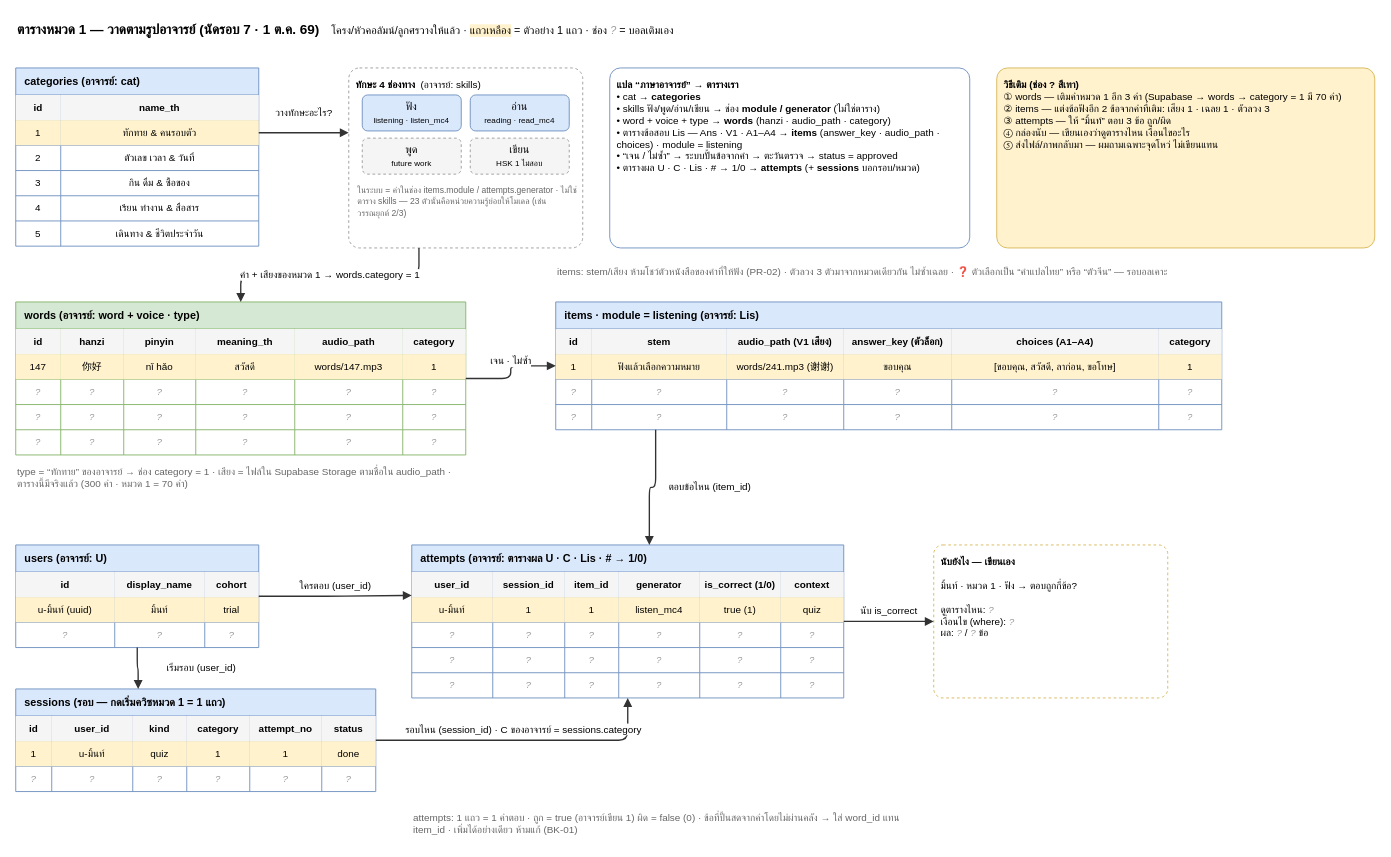
Earlier version of the draw.io diagram docs/08_สเปค-พัฒนา/ตารางหมวด1-วาดเอง.drawio (barbon441/Intelligent-Chinese-Tutoring-System-for-Thai-Learners). Source tidied: cells renumbered, new cells numbered last; positions are measured from the earlier drawing's top-left corner, leaving out a move shared by most shapes. Both pictures are drawn from the tidied source at 90%, with x=0, y=0 at pixel (15, 15).
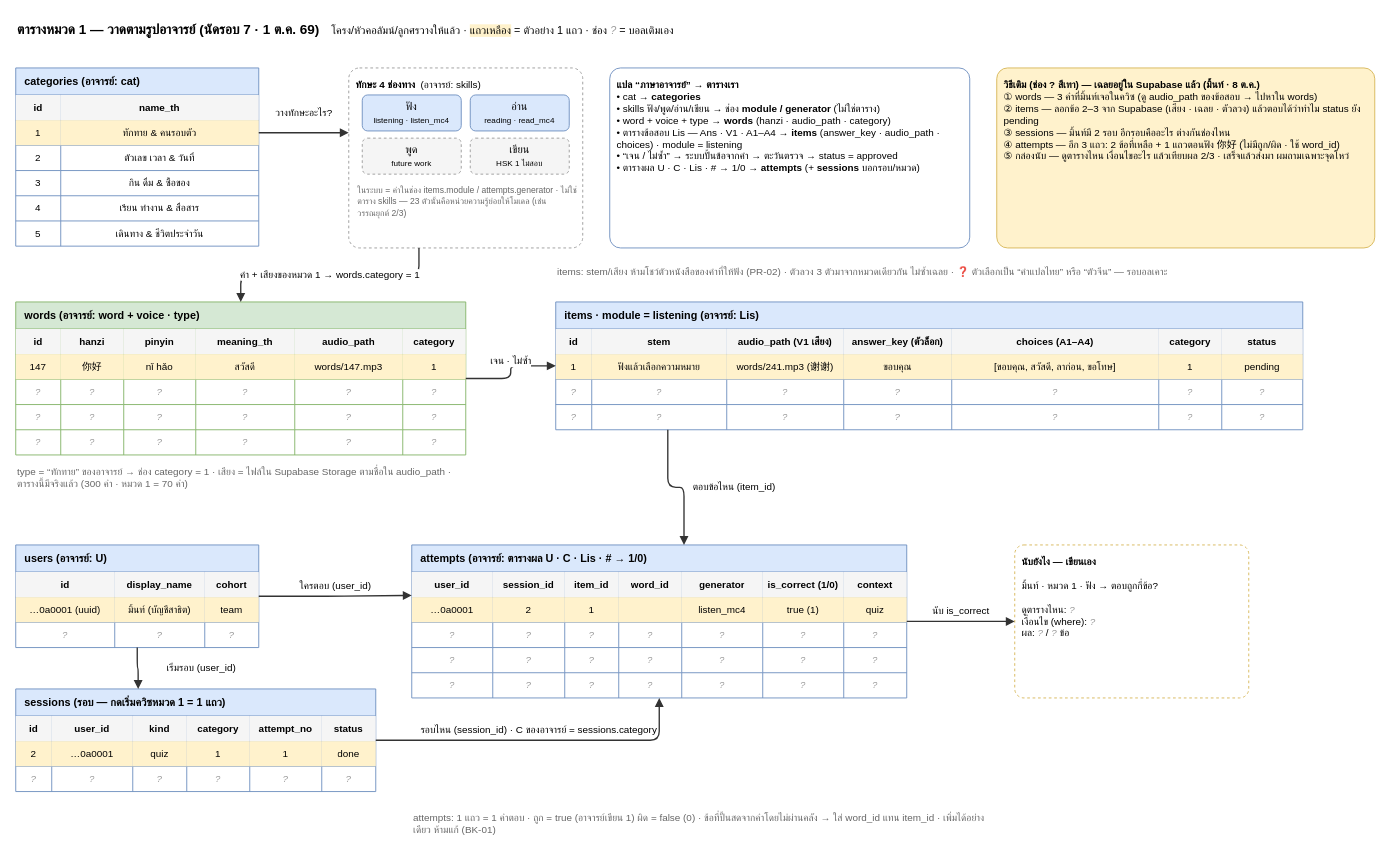
The same page after the edit.

Unchanged cells that the change refers to:
```xml
<mxCell id="102" style="shape=tableRow;horizontal=0;startSize=0;swimlaneHead=0;swimlaneBody=0;strokeColor=inherit;top=0;left=0;bottom=0;right=0;fillColor=none;" parent="97" vertex="1">
  <mxGeometry y="58" width="270" height="28" as="geometry" />
</mxCell>
<mxCell id="118" style="shape=tableRow;horizontal=0;startSize=0;swimlaneHead=0;swimlaneBody=0;strokeColor=inherit;top=0;left=0;bottom=0;right=0;fillColor=none;" parent="110" vertex="1">
  <mxGeometry y="58" width="400" height="28" as="geometry" />
</mxCell>
```

What changed in the source:
```diff
@@
-    <mxCell id="29" value="&lt;b&gt;วิธีเติม (ช่อง ? สีเทา)&lt;/b&gt;&lt;br&gt;① words — เติมคำหมวด 1 อีก 3 คำ (Supabase → words → category = 1 มี 70 คำ)&lt;br&gt;② items — แต่งข้อฟังอีก 2 ข้อจากคำที่เติม: เสียง 1 · เฉลย 1 · ตัวลวง 3&lt;br&gt;③ attempts — ให้ “มิ้นท์” ตอบ 3 ข้อ ถูก/ผิด&lt;br&gt;④ กล่องนับ — เขียนเองว่าดูตารางไหน เงื่อนไขอะไร&lt;br&gt;⑤ ส่งไฟล์/ภาพกลับมา — ผมถามเฉพาะจุดโหว่ ไม่เขียนแทน" style="rounded=1;arcSize=6;whiteSpace=wrap;html=1;align=left;verticalAlign=top;spacing=8;fontSize=11;fillColor=#fff2cc;strokeColor=#d6b656;" parent="1" vertex="1">
+    <mxCell id="29" value="&lt;b&gt;วิธีเติม (ช่อง ? สีเทา) — เฉลยอยู่ใน Supabase แล้ว (มิ้นท์ · 8 ต.ค.)&lt;/b&gt;&lt;br&gt;① words — 3 คำที่มิ้นท์เจอในควิซ (ดู audio_path ของข้อสอบ → ไปหาใน words)&lt;br&gt;② items — ลอกข้อ 2–3 จาก Supabase (เสียง · เฉลย · ตัวลวง) แล้วตอบได้ว่าทำไม status ยัง pending&lt;br&gt;③ sessions — มิ้นท์มี 2 รอบ อีกรอบคืออะไร ต่างกันช่องไหน&lt;br&gt;④ attempts — อีก 3 แถว: 2 ข้อที่เหลือ + 1 แถวตอนฟัง 你好 (ไม่มีถูก/ผิด · ใช้ word_id)&lt;br&gt;⑤ กล่องนับ — ดูตารางไหน เงื่อนไขอะไร แล้วเทียบผล 2/3 · เสร็จแล้วส่งมา ผมถามเฉพาะจุดโหว่" style="rounded=1;arcSize=6;whiteSpace=wrap;html=1;align=left;verticalAlign=top;spacing=8;fontSize=11;fillColor=#fff2cc;strokeColor=#d6b656;" parent="1" vertex="1">
       <mxGeometry x="1090" y="58" width="420" height="200" as="geometry" />
     </mxCell>
     <mxCell id="30" value="&lt;font color='#666666'&gt;items: stem/เสียง ห้ามโชว์ตัวหนังสือของคำที่ให้ฟัง (PR-02) · ตัวลวง 3 ตัวมาจากหมวดเดียวกัน ไม่ซ้ำเฉลย · ❓ ตัวเลือกเป็น “คำแปลไทย” หรือ “ตัวจีน” — รอบอลเคาะ&lt;/font&gt;" style="text;html=1;whiteSpace=wrap;align=left;verticalAlign=top;fontSize=11;strokeColor=none;fillColor=none;spacing=2;" parent="1" vertex="1">
-      <mxGeometry x="600" y="272" width="740" height="40" as="geometry" />
+      <mxGeometry x="600" y="272" width="830" height="40" as="geometry" />
     </mxCell>
@@
     <mxCell id="68" value="items · module = listening   (อาจารย์: Lis)" style="shape=table;startSize=30;childLayout=tableLayout;fontStyle=1;fontSize=12;html=1;align=left;spacingLeft=8;fillColor=#dae8fc;strokeColor=#6c8ebf;" parent="1" vertex="1">
-      <mxGeometry x="600" y="318" width="740" height="142" as="geometry" />
+      <mxGeometry x="600" y="318" width="830" height="142" as="geometry" />
     </mxCell>
     <mxCell id="69" style="shape=tableRow;horizontal=0;startSize=0;swimlaneHead=0;swimlaneBody=0;strokeColor=inherit;top=0;left=0;bottom=0;right=0;fillColor=none;" parent="68" vertex="1">
-      <mxGeometry y="30" width="740" height="28" as="geometry" />
+      <mxGeometry y="30" width="830" height="28" as="geometry" />
     </mxCell>
@@
+    <mxCell id="178" value="status" style="shape=partialRectangle;html=1;whiteSpace=wrap;strokeColor=inherit;overflow=hidden;fillColor=none;top=0;left=0;bottom=0;right=0;fontSize=11;align=center;fontStyle=1;fillColor=#f5f5f5;" parent="69" vertex="1">
+      <mxGeometry x="740" width="90" height="28" as="geometry" />
+    </mxCell>
     <mxCell id="76" style="shape=tableRow;horizontal=0;startSize=0;swimlaneHead=0;swimlaneBody=0;strokeColor=inherit;top=0;left=0;bottom=0;right=0;fillColor=none;" parent="68" vertex="1">
-      <mxGeometry y="58" width="740" height="28" as="geometry" />
+      <mxGeometry y="58" width="830" height="28" as="geometry" />
     </mxCell>
@@
+    <mxCell id="179" value="pending" style="shape=partialRectangle;html=1;whiteSpace=wrap;strokeColor=inherit;overflow=hidden;fillColor=none;top=0;left=0;bottom=0;right=0;fontSize=11;align=center;fillColor=#fff2cc;" parent="76" vertex="1">
+      <mxGeometry x="740" width="90" height="28" as="geometry" />
+    </mxCell>
     <mxCell id="83" style="shape=tableRow;horizontal=0;startSize=0;swimlaneHead=0;swimlaneBody=0;strokeColor=inherit;top=0;left=0;bottom=0;right=0;fillColor=none;" parent="68" vertex="1">
-      <mxGeometry y="86" width="740" height="28" as="geometry" />
+      <mxGeometry y="86" width="830" height="28" as="geometry" />
     </mxCell>
@@
+    <mxCell id="180" value="?" style="shape=partialRectangle;html=1;whiteSpace=wrap;strokeColor=inherit;overflow=hidden;fillColor=none;top=0;left=0;bottom=0;right=0;fontSize=11;align=center;fontColor=#9e9e9e;fontStyle=2;" parent="83" vertex="1">
+      <mxGeometry x="740" width="90" height="28" as="geometry" />
+    </mxCell>
     <mxCell id="90" style="shape=tableRow;horizontal=0;startSize=0;swimlaneHead=0;swimlaneBody=0;strokeColor=inherit;top=0;left=0;bottom=0;right=0;fillColor=none;" parent="68" vertex="1">
-      <mxGeometry y="114" width="740" height="28" as="geometry" />
+      <mxGeometry y="114" width="830" height="28" as="geometry" />
     </mxCell>
@@
+    <mxCell id="181" value="?" style="shape=partialRectangle;html=1;whiteSpace=wrap;strokeColor=inherit;overflow=hidden;fillColor=none;top=0;left=0;bottom=0;right=0;fontSize=11;align=center;fontColor=#9e9e9e;fontStyle=2;" parent="90" vertex="1">
+      <mxGeometry x="740" width="90" height="28" as="geometry" />
+    </mxCell>
@@
-    <mxCell id="103" value="u-มิ้นท์ (uuid)" style="shape=partialRectangle;html=1;whiteSpace=wrap;strokeColor=inherit;overflow=hidden;fillColor=none;top=0;left=0;bottom=0;right=0;fontSize=11;align=center;fillColor=#fff2cc;" parent="102" vertex="1">
+    <mxCell id="103" value="…0a0001 (uuid)" style="shape=partialRectangle;html=1;whiteSpace=wrap;strokeColor=inherit;overflow=hidden;fillColor=none;top=0;left=0;bottom=0;right=0;fontSize=11;align=center;fillColor=#fff2cc;" parent="102" vertex="1">
       <mxGeometry width="110" height="28" as="geometry" />
     </mxCell>
-    <mxCell id="104" value="มิ้นท์" style="shape=partialRectangle;html=1;whiteSpace=wrap;strokeColor=inherit;overflow=hidden;fillColor=none;top=0;left=0;bottom=0;right=0;fontSize=11;align=center;fillColor=#fff2cc;" parent="102" vertex="1">
+    <mxCell id="104" value="มิ้นท์ (บัญชีสาธิต)" style="shape=partialRectangle;html=1;whiteSpace=wrap;strokeColor=inherit;overflow=hidden;fillColor=none;top=0;left=0;bottom=0;right=0;fontSize=11;align=center;fillColor=#fff2cc;" parent="102" vertex="1">
       <mxGeometry x="110" width="100" height="28" as="geometry" />
     </mxCell>
-    <mxCell id="105" value="trial" style="shape=partialRectangle;html=1;whiteSpace=wrap;strokeColor=inherit;overflow=hidden;fillColor=none;top=0;left=0;bottom=0;right=0;fontSize=11;align=center;fillColor=#fff2cc;" parent="102" vertex="1">
+    <mxCell id="105" value="team" style="shape=partialRectangle;html=1;whiteSpace=wrap;strokeColor=inherit;overflow=hidden;fillColor=none;top=0;left=0;bottom=0;right=0;fontSize=11;align=center;fillColor=#fff2cc;" parent="102" vertex="1">
       <mxGeometry x="210" width="60" height="28" as="geometry" />
     </mxCell>
@@
-    <mxCell id="119" value="1" style="shape=partialRectangle;html=1;whiteSpace=wrap;strokeColor=inherit;overflow=hidden;fillColor=none;top=0;left=0;bottom=0;right=0;fontSize=11;align=center;fillColor=#fff2cc;" parent="118" vertex="1">
+    <mxCell id="119" value="2" style="shape=partialRectangle;html=1;whiteSpace=wrap;strokeColor=inherit;overflow=hidden;fillColor=none;top=0;left=0;bottom=0;right=0;fontSize=11;align=center;fillColor=#fff2cc;" parent="118" vertex="1">
       <mxGeometry width="40" height="28" as="geometry" />
     </mxCell>
-    <mxCell id="120" value="u-มิ้นท์" style="shape=partialRectangle;html=1;whiteSpace=wrap;strokeColor=inherit;overflow=hidden;fillColor=none;top=0;left=0;bottom=0;right=0;fontSize=11;align=center;fillColor=#fff2cc;" parent="118" vertex="1">
+    <mxCell id="120" value="…0a0001" style="shape=partialRectangle;html=1;whiteSpace=wrap;strokeColor=inherit;overflow=hidden;fillColor=none;top=0;left=0;bottom=0;right=0;fontSize=11;align=center;fillColor=#fff2cc;" parent="118" vertex="1">
       <mxGeometry x="40" width="90" height="28" as="geometry" />
     </mxCell>
@@
     <mxCell id="132" value="attempts   (อาจารย์: ตารางผล U · C · Lis · # → 1/0)" style="shape=table;startSize=30;childLayout=tableLayout;fontStyle=1;fontSize=12;html=1;align=left;spacingLeft=8;fillColor=#dae8fc;strokeColor=#6c8ebf;" parent="1" vertex="1">
-      <mxGeometry x="440" y="588" width="480" height="170" as="geometry" />
+      <mxGeometry x="440" y="588" width="550" height="170" as="geometry" />
     </mxCell>
     <mxCell id="133" style="shape=tableRow;horizontal=0;startSize=0;swimlaneHead=0;swimlaneBody=0;strokeColor=inherit;top=0;left=0;bottom=0;right=0;fillColor=none;" parent="132" vertex="1">
-      <mxGeometry y="30" width="480" height="28" as="geometry" />
+      <mxGeometry y="30" width="550" height="28" as="geometry" />
     </mxCell>
@@
-    <mxCell id="137" value="generator" style="shape=partialRectangle;html=1;whiteSpace=wrap;strokeColor=inherit;overflow=hidden;fillColor=none;top=0;left=0;bottom=0;right=0;fontSize=11;align=center;fontStyle=1;fillColor=#f5f5f5;" parent="133" vertex="1">
-      <mxGeometry x="230" width="90" height="28" as="geometry" />
+    <mxCell id="137" value="word_id" style="shape=partialRectangle;html=1;whiteSpace=wrap;strokeColor=inherit;overflow=hidden;fillColor=none;top=0;left=0;bottom=0;right=0;fontSize=11;align=center;fontStyle=1;fillColor=#f5f5f5;" parent="133" vertex="1">
+      <mxGeometry x="230" width="70" height="28" as="geometry" />
     </mxCell>
-    <mxCell id="138" value="is_correct  (1/0)" style="shape=partialRectangle;html=1;whiteSpace=wrap;strokeColor=inherit;overflow=hidden;fillColor=none;top=0;left=0;bottom=0;right=0;fontSize=11;align=center;fontStyle=1;fillColor=#f5f5f5;" parent="133" vertex="1">
-      <mxGeometry x="320" width="90" height="28" as="geometry" />
+    <mxCell id="138" value="generator" style="shape=partialRectangle;html=1;whiteSpace=wrap;strokeColor=inherit;overflow=hidden;fillColor=none;top=0;left=0;bottom=0;right=0;fontSize=11;align=center;fontStyle=1;fillColor=#f5f5f5;" parent="133" vertex="1">
+      <mxGeometry x="300" width="90" height="28" as="geometry" />
     </mxCell>
-    <mxCell id="139" value="context" style="shape=partialRectangle;html=1;whiteSpace=wrap;strokeColor=inherit;overflow=hidden;fillColor=none;top=0;left=0;bottom=0;right=0;fontSize=11;align=center;fontStyle=1;fillColor=#f5f5f5;" parent="133" vertex="1">
-      <mxGeometry x="410" width="70" height="28" as="geometry" />
+    <mxCell id="139" value="is_correct  (1/0)" style="shape=partialRectangle;html=1;whiteSpace=wrap;strokeColor=inherit;overflow=hidden;fillColor=none;top=0;left=0;bottom=0;right=0;fontSize=11;align=center;fontStyle=1;fillColor=#f5f5f5;" parent="133" vertex="1">
+      <mxGeometry x="390" width="90" height="28" as="geometry" />
     </mxCell>
+    <mxCell id="182" value="context" style="shape=partialRectangle;html=1;whiteSpace=wrap;strokeColor=inherit;overflow=hidden;fillColor=none;top=0;left=0;bottom=0;right=0;fontSize=11;align=center;fontStyle=1;fillColor=#f5f5f5;" parent="133" vertex="1">
+      <mxGeometry x="480" width="70" height="28" as="geometry" />
+    </mxCell>
     <mxCell id="140" style="shape=tableRow;horizontal=0;startSize=0;swimlaneHead=0;swimlaneBody=0;strokeColor=inherit;top=0;left=0;bottom=0;right=0;fillColor=none;" parent="132" vertex="1">
-      <mxGeometry y="58" width="480" height="28" as="geometry" />
+      <mxGeometry y="58" width="550" height="28" as="geometry" />
     </mxCell>
-    <mxCell id="141" value="u-มิ้นท์" style="shape=partialRectangle;html=1;whiteSpace=wrap;strokeColor=inherit;overflow=hidden;fillColor=none;top=0;left=0;bottom=0;right=0;fontSize=11;align=center;fillColor=#fff2cc;" parent="140" vertex="1">
+    <mxCell id="141" value="…0a0001" style="shape=partialRectangle;html=1;whiteSpace=wrap;strokeColor=inherit;overflow=hidden;fillColor=none;top=0;left=0;bottom=0;right=0;fontSize=11;align=center;fillColor=#fff2cc;" parent="140" vertex="1">
       <mxGeometry width="90" height="28" as="geometry" />
     </mxCell>
-    <mxCell id="142" value="1" style="shape=partialRectangle;html=1;whiteSpace=wrap;strokeColor=inherit;overflow=hidden;fillColor=none;top=0;left=0;bottom=0;right=0;fontSize=11;align=center;fillColor=#fff2cc;" parent="140" vertex="1">
+    <mxCell id="142" value="2" style="shape=partialRectangle;html=1;whiteSpace=wrap;strokeColor=inherit;overflow=hidden;fillColor=none;top=0;left=0;bottom=0;right=0;fontSize=11;align=center;fillColor=#fff2cc;" parent="140" vertex="1">
       <mxGeometry x="90" width="80" height="28" as="geometry" />
     </mxCell>
@@
-    <mxCell id="144" value="listen_mc4" style="shape=partialRectangle;html=1;whiteSpace=wrap;strokeColor=inherit;overflow=hidden;fillColor=none;top=0;left=0;bottom=0;right=0;fontSize=11;align=center;fillColor=#fff2cc;" parent="140" vertex="1">
-      <mxGeometry x="230" width="90" height="28" as="geometry" />
+    <mxCell id="144" style="shape=partialRectangle;html=1;whiteSpace=wrap;strokeColor=inherit;overflow=hidden;fillColor=none;top=0;left=0;bottom=0;right=0;fontSize=11;align=center;fillColor=#fff2cc;" parent="140" vertex="1">
+      <mxGeometry x="230" width="70" height="28" as="geometry" />
     </mxCell>
-    <mxCell id="145" value="true  (1)" style="shape=partialRectangle;html=1;whiteSpace=wrap;strokeColor=inherit;overflow=hidden;fillColor=none;top=0;left=0;bottom=0;right=0;fontSize=11;align=center;fillColor=#fff2cc;" parent="140" vertex="1">
-      <mxGeometry x="320" width="90" height="28" as="geometry" />
+    <mxCell id="145" value="listen_mc4" style="shape=partialRectangle;html=1;whiteSpace=wrap;strokeColor=inherit;overflow=hidden;fillColor=none;top=0;left=0;bottom=0;right=0;fontSize=11;align=center;fillColor=#fff2cc;" parent="140" vertex="1">
+      <mxGeometry x="300" width="90" height="28" as="geometry" />
     </mxCell>
-    <mxCell id="146" value="quiz" style="shape=partialRectangle;html=1;whiteSpace=wrap;strokeColor=inherit;overflow=hidden;fillColor=none;top=0;left=0;bottom=0;right=0;fontSize=11;align=center;fillColor=#fff2cc;" parent="140" vertex="1">
-      <mxGeometry x="410" width="70" height="28" as="geometry" />
+    <mxCell id="146" value="true  (1)" style="shape=partialRectangle;html=1;whiteSpace=wrap;strokeColor=inherit;overflow=hidden;fillColor=none;top=0;left=0;bottom=0;right=0;fontSize=11;align=center;fillColor=#fff2cc;" parent="140" vertex="1">
+      <mxGeometry x="390" width="90" height="28" as="geometry" />
     </mxCell>
+    <mxCell id="183" value="quiz" style="shape=partialRectangle;html=1;whiteSpace=wrap;strokeColor=inherit;overflow=hidden;fillColor=none;top=0;left=0;bottom=0;right=0;fontSize=11;align=center;fillColor=#fff2cc;" parent="140" vertex="1">
+      <mxGeometry x="480" width="70" height="28" as="geometry" />
+    </mxCell>
     <mxCell id="147" style="shape=tableRow;horizontal=0;startSize=0;swimlaneHead=0;swimlaneBody=0;strokeColor=inherit;top=0;left=0;bottom=0;right=0;fillColor=none;" parent="132" vertex="1">
-      <mxGeometry y="86" width="480" height="28" as="geometry" />
+      <mxGeometry y="86" width="550" height="28" as="geometry" />
     </mxCell>
@@
     <mxCell id="151" value="?" style="shape=partialRectangle;html=1;whiteSpace=wrap;strokeColor=inherit;overflow=hidden;fillColor=none;top=0;left=0;bottom=0;right=0;fontSize=11;align=center;fontColor=#9e9e9e;fontStyle=2;" parent="147" vertex="1">
-      <mxGeometry x="230" width="90" height="28" as="geometry" />
+      <mxGeometry x="230" width="70" height="28" as="geometry" />
     </mxCell>
     <mxCell id="152" value="?" style="shape=partialRectangle;html=1;whiteSpace=wrap;strokeColor=inherit;overflow=hidden;fillColor=none;top=0;left=0;bottom=0;right=0;fontSize=11;align=center;fontColor=#9e9e9e;fontStyle=2;" parent="147" vertex="1">
-      <mxGeometry x="320" width="90" height="28" as="geometry" />
+      <mxGeometry x="300" width="90" height="28" as="geometry" />
     </mxCell>
     <mxCell id="153" value="?" style="shape=partialRectangle;html=1;whiteSpace=wrap;strokeColor=inherit;overflow=hidden;fillColor=none;top=0;left=0;bottom=0;right=0;fontSize=11;align=center;fontColor=#9e9e9e;fontStyle=2;" parent="147" vertex="1">
-      <mxGeometry x="410" width="70" height="28" as="geometry" />
+      <mxGeometry x="390" width="90" height="28" as="geometry" />
     </mxCell>
+    <mxCell id="184" value="?" style="shape=partialRectangle;html=1;whiteSpace=wrap;strokeColor=inherit;overflow=hidden;fillColor=none;top=0;left=0;bottom=0;right=0;fontSize=11;align=center;fontColor=#9e9e9e;fontStyle=2;" parent="147" vertex="1">
+      <mxGeometry x="480" width="70" height="28" as="geometry" />
+    </mxCell>
     <mxCell id="154" style="shape=tableRow;horizontal=0;startSize=0;swimlaneHead=0;swimlaneBody=0;strokeColor=inherit;top=0;left=0;bottom=0;right=0;fillColor=none;" parent="132" vertex="1">
-      <mxGeometry y="114" width="480" height="28" as="geometry" />
+      <mxGeometry y="114" width="550" height="28" as="geometry" />
     </mxCell>
@@
     <mxCell id="158" value="?" style="shape=partialRectangle;html=1;whiteSpace=wrap;strokeColor=inherit;overflow=hidden;fillColor=none;top=0;left=0;bottom=0;right=0;fontSize=11;align=center;fontColor=#9e9e9e;fontStyle=2;" parent="154" vertex="1">
-      <mxGeometry x="230" width="90" height="28" as="geometry" />
+      <mxGeometry x="230" width="70" height="28" as="geometry" />
     </mxCell>
     <mxCell id="159" value="?" style="shape=partialRectangle;html=1;whiteSpace=wrap;strokeColor=inherit;overflow=hidden;fillColor=none;top=0;left=0;bottom=0;right=0;fontSize=11;align=center;fontColor=#9e9e9e;fontStyle=2;" parent="154" vertex="1">
-      <mxGeometry x="320" width="90" height="28" as="geometry" />
+      <mxGeometry x="300" width="90" height="28" as="geometry" />
     </mxCell>
     <mxCell id="160" value="?" style="shape=partialRectangle;html=1;whiteSpace=wrap;strokeColor=inherit;overflow=hidden;fillColor=none;top=0;left=0;bottom=0;right=0;fontSize=11;align=center;fontColor=#9e9e9e;fontStyle=2;" parent="154" vertex="1">
-      <mxGeometry x="410" width="70" height="28" as="geometry" />
+      <mxGeometry x="390" width="90" height="28" as="geometry" />
     </mxCell>
+    <mxCell id="185" value="?" style="shape=partialRectangle;html=1;whiteSpace=wrap;strokeColor=inherit;overflow=hidden;fillColor=none;top=0;left=0;bottom=0;right=0;fontSize=11;align=center;fontColor=#9e9e9e;fontStyle=2;" parent="154" vertex="1">
+      <mxGeometry x="480" width="70" height="28" as="geometry" />
+    </mxCell>
     <mxCell id="161" style="shape=tableRow;horizontal=0;startSize=0;swimlaneHead=0;swimlaneBody=0;strokeColor=inherit;top=0;left=0;bottom=0;right=0;fillColor=none;" parent="132" vertex="1">
-      <mxGeometry y="142" width="480" height="28" as="geometry" />
+      <mxGeometry y="142" width="550" height="28" as="geometry" />
     </mxCell>
@@
     <mxCell id="165" value="?" style="shape=partialRectangle;html=1;whiteSpace=wrap;strokeColor=inherit;overflow=hidden;fillColor=none;top=0;left=0;bottom=0;right=0;fontSize=11;align=center;fontColor=#9e9e9e;fontStyle=2;" parent="161" vertex="1">
-      <mxGeometry x="230" width="90" height="28" as="geometry" />
+      <mxGeometry x="230" width="70" height="28" as="geometry" />
     </mxCell>
     <mxCell id="166" value="?" style="shape=partialRectangle;html=1;whiteSpace=wrap;strokeColor=inherit;overflow=hidden;fillColor=none;top=0;left=0;bottom=0;right=0;fontSize=11;align=center;fontColor=#9e9e9e;fontStyle=2;" parent="161" vertex="1">
-      <mxGeometry x="320" width="90" height="28" as="geometry" />
+      <mxGeometry x="300" width="90" height="28" as="geometry" />
     </mxCell>
     <mxCell id="167" value="?" style="shape=partialRectangle;html=1;whiteSpace=wrap;strokeColor=inherit;overflow=hidden;fillColor=none;top=0;left=0;bottom=0;right=0;fontSize=11;align=center;fontColor=#9e9e9e;fontStyle=2;" parent="161" vertex="1">
-      <mxGeometry x="410" width="70" height="28" as="geometry" />
+      <mxGeometry x="390" width="90" height="28" as="geometry" />
     </mxCell>
+    <mxCell id="186" value="?" style="shape=partialRectangle;html=1;whiteSpace=wrap;strokeColor=inherit;overflow=hidden;fillColor=none;top=0;left=0;bottom=0;right=0;fontSize=11;align=center;fontColor=#9e9e9e;fontStyle=2;" parent="161" vertex="1">
+      <mxGeometry x="480" width="70" height="28" as="geometry" />
+    </mxCell>
     <mxCell id="168" value="&lt;font color='#666666'&gt;attempts: 1 แถว = 1 คำตอบ · ถูก = true (อาจารย์เขียน 1) ผิด = false (0) · ข้อที่ปั้นสดจากคำโดยไม่ผ่านคลัง → ใส่ word_id แทน item_id · เพิ่มได้อย่างเดียว ห้ามแก้ (BK-01)&lt;/font&gt;" style="text;html=1;whiteSpace=wrap;align=left;verticalAlign=top;fontSize=11;strokeColor=none;fillColor=none;spacing=2;" parent="1" vertex="1">
-      <mxGeometry x="440" y="878" width="560" height="40" as="geometry" />
+      <mxGeometry x="440" y="878" width="640" height="40" as="geometry" />
     </mxCell>
     <mxCell id="169" value="&lt;b&gt;นับยังไง — เขียนเอง&lt;/b&gt;&lt;br&gt;&lt;br&gt;มิ้นท์ · หมวด 1 · ฟัง → ตอบถูกกี่ข้อ?&lt;br&gt;&lt;br&gt;ดูตารางไหน: &lt;font color='#9e9e9e'&gt;&lt;i&gt;?&lt;/i&gt;&lt;/font&gt;&lt;br&gt;เงื่อนไข (where): &lt;font color='#9e9e9e'&gt;&lt;i&gt;?&lt;/i&gt;&lt;/font&gt;&lt;br&gt;ผล: &lt;font color='#9e9e9e'&gt;&lt;i&gt;?&lt;/i&gt;&lt;/font&gt; / &lt;font color='#9e9e9e'&gt;&lt;i&gt;?&lt;/i&gt;&lt;/font&gt; ข้อ" style="rounded=1;arcSize=6;whiteSpace=wrap;html=1;align=left;verticalAlign=top;spacing=8;fontSize=11;fillColor=#ffffff;strokeColor=#d6b656;dashed=1;" parent="1" vertex="1">
-      <mxGeometry x="1020" y="588" width="260" height="170" as="geometry" />
+      <mxGeometry x="1110" y="588" width="260" height="170" as="geometry" />
     </mxCell>
```
